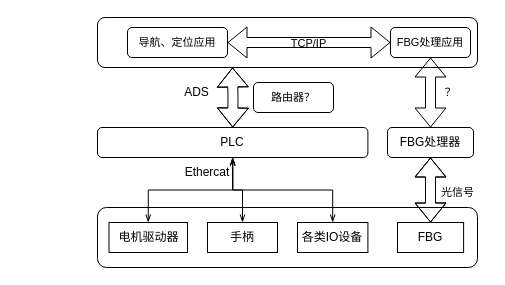
Before: 未命名绘图.drawio in pomolnc/hello-world, a draw.io diagram. Source tidied: cells renumbered, new cells numbered last; positions are measured from the earlier drawing's top-left corner, leaving out a move shared by most shapes. Both pictures are drawn from the tidied source at 100%, with x=0, y=0 at pixel (97, 17).
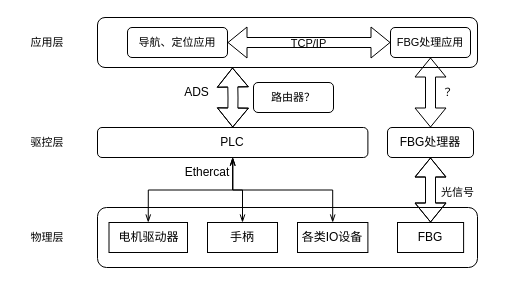
The same diagram, later.

Commit message (it also covers changes not shown here):
更新未命名绘图.drawio

Diff of the diagram source:
```diff
@@
+    <mxCell id="25" value="物理层" style="text;html=1;strokeColor=none;fillColor=none;align=center;verticalAlign=middle;whiteSpace=wrap;rounded=0;labelBackgroundColor=none;fontSize=11;" parent="1" vertex="1">
+      <mxGeometry x="-80" y="205" width="60" height="30" as="geometry" />
+    </mxCell>
+    <mxCell id="26" value="驱控层" style="text;html=1;strokeColor=none;fillColor=none;align=center;verticalAlign=middle;whiteSpace=wrap;rounded=0;labelBackgroundColor=none;fontSize=11;" parent="1" vertex="1">
+      <mxGeometry x="-80" y="110" width="60" height="30" as="geometry" />
+    </mxCell>
+    <mxCell id="27" value="应用层" style="text;html=1;strokeColor=none;fillColor=none;align=center;verticalAlign=middle;whiteSpace=wrap;rounded=0;labelBackgroundColor=none;fontSize=11;" parent="1" vertex="1">
+      <mxGeometry x="-80" y="10" width="60" height="30" as="geometry" />
+    </mxCell>
```
